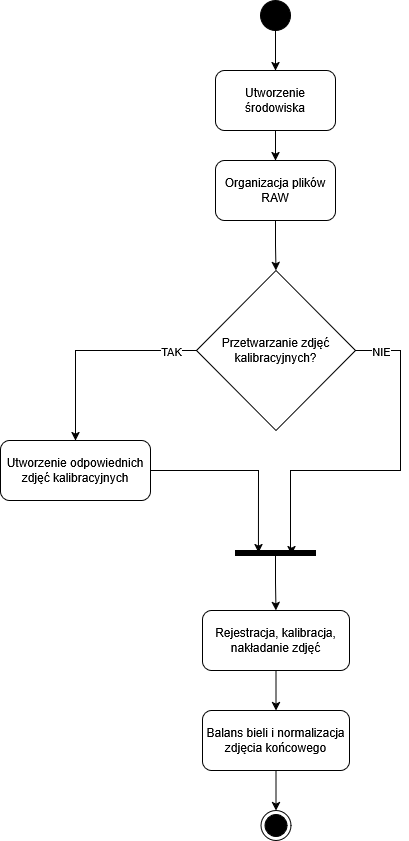
Earlier version of the draw.io export images/mainflow.png (skloskowski/Inzynierka). Source tidied: cells renumbered, new cells last; positions are measured from the earlier drawing's top-left corner, leaving out a move shared by most shapes. The source it was exported from:
```xml
<mxGraphModel>
  <root>
    <mxCell id="0" />
    <mxCell id="1" parent="0" />
    <mxCell id="2" style="edgeStyle=orthogonalEdgeStyle;rounded=0;jettySize=auto;html=1;entryX=0.5;entryY=0;entryDx=0;entryDy=0;" parent="1" edge="1" source="3" target="6">
      <mxGeometry relative="1" as="geometry" />
    </mxCell>
    <mxCell id="3" style="ellipse;fillColor=strokeColor;html=1;" parent="1" vertex="1">
      <mxGeometry x="260" width="30" height="30" as="geometry" />
    </mxCell>
    <mxCell id="4" style="ellipse;html=1;shape=endState;fillColor=strokeColor;" parent="1" vertex="1">
      <mxGeometry x="260.5" y="810" width="30" height="30" as="geometry" />
    </mxCell>
    <mxCell id="5" style="edgeStyle=orthogonalEdgeStyle;rounded=0;jettySize=auto;html=1;entryX=0.5;entryY=0;entryDx=0;entryDy=0;" parent="1" edge="1" source="6" target="8">
      <mxGeometry relative="1" as="geometry" />
    </mxCell>
    <mxCell id="6" value="Utworzenie środowiska" style="rounded=1;whiteSpace=wrap;html=1;" parent="1" vertex="1">
      <mxGeometry x="215" y="70" width="120" height="60" as="geometry" />
    </mxCell>
    <mxCell id="7" style="edgeStyle=orthogonalEdgeStyle;rounded=0;jettySize=auto;html=1;entryX=0.5;entryY=0;entryDx=0;entryDy=0;" parent="1" edge="1" source="8" target="11">
      <mxGeometry relative="1" as="geometry" />
    </mxCell>
    <mxCell id="8" value="Organizacja plików RAW" style="rounded=1;whiteSpace=wrap;html=1;" parent="1" vertex="1">
      <mxGeometry x="215" y="160" width="120" height="60" as="geometry" />
    </mxCell>
    <mxCell id="9" style="edgeStyle=orthogonalEdgeStyle;rounded=0;jettySize=auto;html=1;" parent="1" edge="1" source="11" target="12">
      <mxGeometry relative="1" as="geometry" />
    </mxCell>
    <mxCell id="10" value="TAK" style="edgeLabel;html=1;align=center;verticalAlign=middle;" parent="9" vertex="1">
      <mxGeometry x="-0.75" y="5" relative="1" as="geometry">
        <mxPoint y="-5" as="offset" />
      </mxGeometry>
    </mxCell>
    <mxCell id="11" value="Przetwarzanie zdjęć kalibracyjnych?" style="rhombus;whiteSpace=wrap;html=1;" parent="1" vertex="1">
      <mxGeometry x="196" y="270" width="159" height="160" as="geometry" />
    </mxCell>
    <mxCell id="12" value="Utworzenie odpowiednich zdjęć kalibracyjnych" style="rounded=1;whiteSpace=wrap;html=1;" parent="1" vertex="1">
      <mxGeometry y="440" width="150" height="60" as="geometry" />
    </mxCell>
    <mxCell id="13" style="edgeStyle=orthogonalEdgeStyle;rounded=0;jettySize=auto;html=1;" parent="1" edge="1" source="14" target="16">
      <mxGeometry relative="1" as="geometry" />
    </mxCell>
    <mxCell id="14" value="Rejestracja, kalibracja, nakładanie zdjęć" style="rounded=1;whiteSpace=wrap;html=1;" parent="1" vertex="1">
      <mxGeometry x="202" y="610" width="147" height="60" as="geometry" />
    </mxCell>
    <mxCell id="15" style="edgeStyle=orthogonalEdgeStyle;rounded=0;jettySize=auto;html=1;" parent="1" edge="1" source="16" target="4">
      <mxGeometry relative="1" as="geometry" />
    </mxCell>
    <mxCell id="16" value="Balans bieli i normalizacja zdjęcia końcowego" style="rounded=1;whiteSpace=wrap;html=1;" parent="1" vertex="1">
      <mxGeometry x="202" y="710" width="147" height="60" as="geometry" />
    </mxCell>
    <mxCell id="17" style="edgeStyle=orthogonalEdgeStyle;rounded=0;jettySize=auto;html=1;entryX=0.5;entryY=0;entryDx=0;entryDy=0;" parent="1" edge="1" source="18" target="14">
      <mxGeometry relative="1" as="geometry" />
    </mxCell>
    <mxCell id="18" style="html=1;points=[];perimeter=orthogonalPerimeter;fillColor=strokeColor;rotation=0;direction=south;" parent="1" vertex="1">
      <mxGeometry x="235" y="550" width="80" height="5" as="geometry" />
    </mxCell>
    <mxCell id="19" style="edgeStyle=orthogonalEdgeStyle;rounded=0;jettySize=auto;html=1;entryX=0.4;entryY=0.713;entryDx=0;entryDy=0;entryPerimeter=0;" parent="1" edge="1" source="12" target="18">
      <mxGeometry relative="1" as="geometry" />
    </mxCell>
    <mxCell id="20" style="edgeStyle=orthogonalEdgeStyle;rounded=0;jettySize=auto;html=1;entryX=0.8;entryY=0.3;entryDx=0;entryDy=0;entryPerimeter=0;" parent="1" edge="1" source="11" target="18">
      <mxGeometry relative="1" as="geometry">
        <Array as="points">
          <mxPoint x="400" y="350" />
          <mxPoint x="400" y="470" />
          <mxPoint x="290" y="470" />
          <mxPoint x="290" y="548" />
          <mxPoint x="291" y="548" />
        </Array>
      </mxGeometry>
    </mxCell>
    <mxCell id="21" value="NIE" style="edgeLabel;html=1;align=center;verticalAlign=middle;" parent="20" vertex="1">
      <mxGeometry x="-0.93" y="3" relative="1" as="geometry">
        <mxPoint x="12" y="3" as="offset" />
      </mxGeometry>
    </mxCell>
  </root>
</mxGraphModel>
```
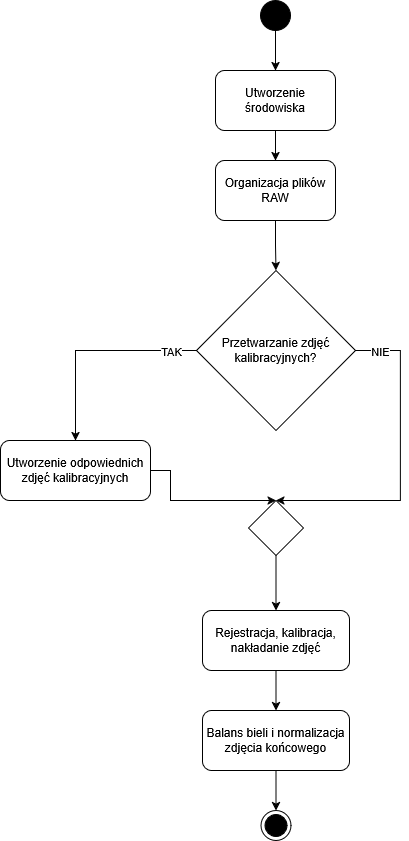
Above is the later version.

Change to the diagram source:
```diff
@@ -49,23 +49,22 @@
     <mxCell id="16" value="Balans bieli i normalizacja zdjęcia końcowego" style="rounded=1;whiteSpace=wrap;html=1;" parent="1" vertex="1">
       <mxGeometry x="202" y="710" width="147" height="60" as="geometry" />
     </mxCell>
-    <mxCell id="17" style="edgeStyle=orthogonalEdgeStyle;rounded=0;jettySize=auto;html=1;entryX=0.5;entryY=0;entryDx=0;entryDy=0;" parent="1" edge="1" source="18" target="14">
+    <mxCell id="17" style="edgeStyle=orthogonalEdgeStyle;rounded=0;jettySize=auto;html=1;entryX=0.5;entryY=0;entryDx=0;entryDy=0;exitX=0.5;exitY=1;exitDx=0;exitDy=0;" parent="1" edge="1" source="22" target="14">
       <mxGeometry relative="1" as="geometry" />
     </mxCell>
-    <mxCell id="18" style="html=1;points=[];perimeter=orthogonalPerimeter;fillColor=strokeColor;rotation=0;direction=south;" parent="1" vertex="1">
-      <mxGeometry x="235" y="550" width="80" height="5" as="geometry" />
-    </mxCell>
-    <mxCell id="19" style="edgeStyle=orthogonalEdgeStyle;rounded=0;jettySize=auto;html=1;entryX=0.4;entryY=0.713;entryDx=0;entryDy=0;entryPerimeter=0;" parent="1" edge="1" source="12" target="18">
-      <mxGeometry relative="1" as="geometry" />
+    <mxCell id="19" style="edgeStyle=orthogonalEdgeStyle;rounded=0;jettySize=auto;html=1;entryX=0.5;entryY=0;entryDx=0;entryDy=0;" parent="1" edge="1" source="12" target="22">
+      <mxGeometry relative="1" as="geometry">
+        <Array as="points">
+          <mxPoint x="170" y="470" />
+          <mxPoint x="170" y="500" />
+        </Array>
+      </mxGeometry>
     </mxCell>
-    <mxCell id="20" style="edgeStyle=orthogonalEdgeStyle;rounded=0;jettySize=auto;html=1;entryX=0.8;entryY=0.3;entryDx=0;entryDy=0;entryPerimeter=0;" parent="1" edge="1" source="11" target="18">
+    <mxCell id="20" style="edgeStyle=orthogonalEdgeStyle;rounded=0;jettySize=auto;html=1;entryX=0.5;entryY=0;entryDx=0;entryDy=0;" parent="1" edge="1" source="11" target="22">
       <mxGeometry relative="1" as="geometry">
         <Array as="points">
           <mxPoint x="400" y="350" />
-          <mxPoint x="400" y="470" />
-          <mxPoint x="290" y="470" />
-          <mxPoint x="290" y="548" />
-          <mxPoint x="291" y="548" />
+          <mxPoint x="400" y="500" />
         </Array>
       </mxGeometry>
     </mxCell>
@@ -74,5 +73,8 @@
         <mxPoint x="12" y="3" as="offset" />
       </mxGeometry>
     </mxCell>
+    <mxCell id="22" style="rhombus;whiteSpace=wrap;html=1;" parent="1" vertex="1">
+      <mxGeometry x="248" y="500" width="55" height="55" as="geometry" />
+    </mxCell>
   </root>
 </mxGraphModel>
```
